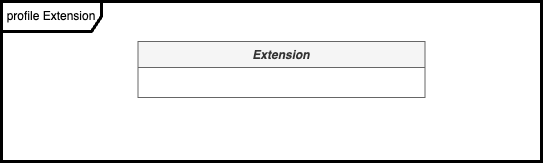
The draw.io diagram model Extension.png in spdx/spdx-3-model, before a commit. Source tidied: cells renumbered, new cells last; positions are measured from the earlier drawing's top-left corner, leaving out a move shared by most shapes.
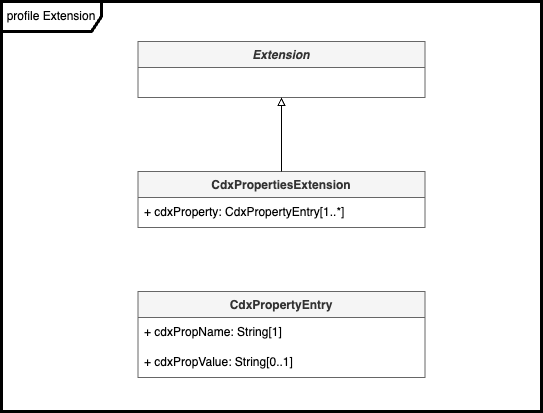
Later version of the same file.

Change to the diagram source:
```diff
@@ -3,10 +3,28 @@
     <mxCell id="0" />
     <mxCell id="1" parent="0" />
     <mxCell id="2" value="profile Extension" style="shape=umlFrame;whiteSpace=wrap;html=1;width=100;height=30;strokeWidth=3;" parent="1" vertex="1">
-      <mxGeometry width="540" height="160" as="geometry" />
+      <mxGeometry width="540" height="410" as="geometry" />
     </mxCell>
     <mxCell id="3" value="Extension" style="swimlane;fontStyle=3;horizontal=1;startSize=26;fillColor=#f5f5f5;strokeColor=#666666;fontColor=#333333;" parent="1" vertex="1">
       <mxGeometry x="136.5" y="40" width="287" height="56" as="geometry" />
     </mxCell>
+    <mxCell id="4" value="CdxPropertiesExtension" style="swimlane;fontStyle=1;horizontal=1;startSize=26;fillColor=#f5f5f5;strokeColor=#666666;fontColor=#333333;" parent="1" vertex="1">
+      <mxGeometry x="136.5" y="170" width="287" height="56" as="geometry" />
+    </mxCell>
+    <mxCell id="5" value="+ cdxProperty: CdxPropertyEntry[1..*]" style="text;strokeColor=none;fillColor=none;align=left;verticalAlign=middle;spacingLeft=4;spacingRight=4;overflow=hidden;whiteSpace=wrap;html=1;" parent="4" vertex="1">
+      <mxGeometry y="26" width="287" height="30" as="geometry" />
+    </mxCell>
+    <mxCell id="6" value="CdxPropertyEntry" style="swimlane;fontStyle=1;horizontal=1;startSize=26;fillColor=#f5f5f5;strokeColor=#666666;fontColor=#333333;" parent="1" vertex="1">
+      <mxGeometry x="136.5" y="290" width="287" height="86" as="geometry" />
+    </mxCell>
+    <mxCell id="7" value="+ cdxPropName: String[1]" style="text;strokeColor=none;fillColor=none;align=left;verticalAlign=middle;spacingLeft=4;spacingRight=4;overflow=hidden;whiteSpace=wrap;html=1;" parent="6" vertex="1">
+      <mxGeometry y="26" width="287" height="30" as="geometry" />
+    </mxCell>
+    <mxCell id="8" value="+ cdxPropValue: String[0..1]" style="text;strokeColor=none;fillColor=none;align=left;verticalAlign=middle;spacingLeft=4;spacingRight=4;overflow=hidden;whiteSpace=wrap;html=1;" parent="6" vertex="1">
+      <mxGeometry y="56" width="287" height="30" as="geometry" />
+    </mxCell>
+    <mxCell id="9" style="endArrow=block;html=1;rounded=0;entryX=0.5;entryY=1;entryDx=0;entryDy=0;exitX=0.5;exitY=0;exitDx=0;exitDy=0;endFill=0;" parent="1" edge="1" source="4" target="3">
+      <mxGeometry relative="1" as="geometry" />
+    </mxCell>
   </root>
 </mxGraphModel>
```
